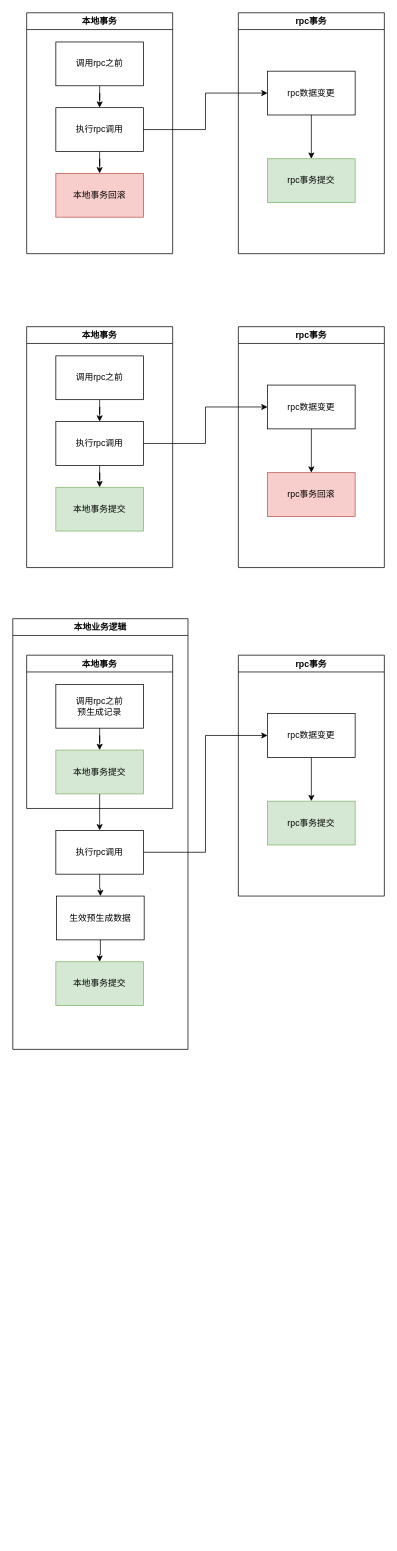
Above: 行为数据和事务数据.drawio in catface996/images (draw.io), before the change. Source tidied: cells renumbered, new cells numbered last; positions are measured from the earlier drawing's top-left corner, leaving out a move shared by most shapes. Both pictures are drawn from the tidied source at 73%, with x=0, y=0 at pixel (12, 12).
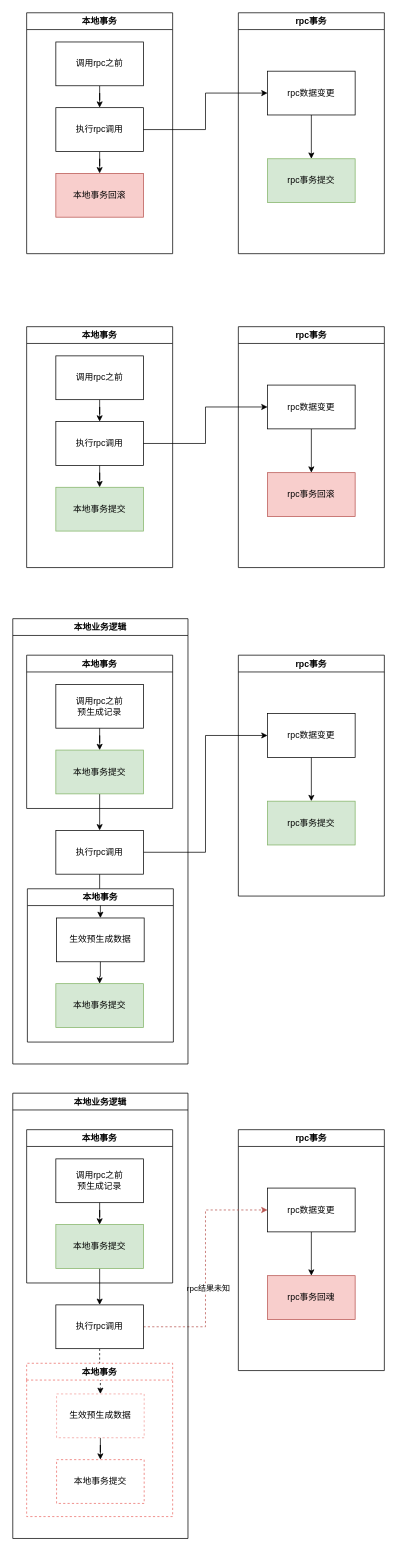
The same diagram, later.

Commit message (it also covers changes not shown here):
更新行为数据和事务数据.drawio

Change to the diagram source:
```diff
@@
     <mxCell id="36" value="本地业务逻辑" style="swimlane;" parent="1" vertex="1">
-      <mxGeometry y="830" width="240" height="590" as="geometry" />
+      <mxGeometry y="830" width="240" height="610" as="geometry" />
     </mxCell>
+    <mxCell id="40" value="本地事务" style="swimlane;" parent="36" vertex="1">
+      <mxGeometry x="20" y="370" width="200" height="210" as="geometry" />
+    </mxCell>
+    <mxCell id="39" value="生效预生成数据" style="rounded=0;whiteSpace=wrap;html=1;" parent="40" vertex="1">
+      <mxGeometry x="40" y="40" width="120" height="60" as="geometry" />
+    </mxCell>
-    <mxCell id="37" value="本地事务提交" style="rounded=0;whiteSpace=wrap;html=1;fillColor=#d5e8d4;strokeColor=#82b366;" parent="36" vertex="1">
-      <mxGeometry x="59" y="470" width="120" height="60" as="geometry" />
+    <mxCell id="37" value="本地事务提交" style="rounded=0;whiteSpace=wrap;html=1;fillColor=#d5e8d4;strokeColor=#82b366;" parent="40" vertex="1">
+      <mxGeometry x="39" y="130" width="120" height="60" as="geometry" />
     </mxCell>
-    <mxCell id="38" style="edgeStyle=orthogonalEdgeStyle;rounded=0;jettySize=auto;html=1;entryX=0.5;entryY=0;entryDx=0;entryDy=0;" parent="36" edge="1" source="39" target="37">
+    <mxCell id="38" style="edgeStyle=orthogonalEdgeStyle;rounded=0;jettySize=auto;html=1;entryX=0.5;entryY=0;entryDx=0;entryDy=0;" parent="40" edge="1" source="39" target="37">
       <mxGeometry relative="1" as="geometry" />
     </mxCell>
-    <mxCell id="39" value="生效预生成数据" style="rounded=0;whiteSpace=wrap;html=1;" parent="36" vertex="1">
-      <mxGeometry x="60" y="380" width="120" height="60" as="geometry" />
-    </mxCell>
+    <mxCell id="41" value="本地事务" style="swimlane;" parent="1" vertex="1">
+      <mxGeometry x="19" y="1530" width="200" height="210" as="geometry" />
+    </mxCell>
+    <mxCell id="42" value="调用rpc之前&lt;br&gt;预生成记录" style="rounded=0;whiteSpace=wrap;html=1;" parent="41" vertex="1">
+      <mxGeometry x="40" y="40" width="120" height="60" as="geometry" />
+    </mxCell>
+    <mxCell id="43" value="rpc事务" style="swimlane;" parent="1" vertex="1">
+      <mxGeometry x="309" y="1530" width="200" height="330" as="geometry" />
+    </mxCell>
+    <mxCell id="44" style="edgeStyle=orthogonalEdgeStyle;rounded=0;jettySize=auto;html=1;entryX=0.5;entryY=0;entryDx=0;entryDy=0;" parent="43" edge="1" source="45" target="46">
+      <mxGeometry relative="1" as="geometry" />
+    </mxCell>
+    <mxCell id="45" value="rpc数据变更" style="rounded=0;whiteSpace=wrap;html=1;" parent="43" vertex="1">
+      <mxGeometry x="40" y="80" width="120" height="60" as="geometry" />
+    </mxCell>
+    <mxCell id="46" value="rpc事务回魂" style="rounded=0;whiteSpace=wrap;html=1;fillColor=#f8cecc;strokeColor=#b85450;" parent="43" vertex="1">
+      <mxGeometry x="40" y="200" width="120" height="60" as="geometry" />
+    </mxCell>
+    <mxCell id="47" style="edgeStyle=orthogonalEdgeStyle;rounded=0;jettySize=auto;html=1;entryX=0;entryY=0.5;entryDx=0;entryDy=0;dashed=1;fillColor=#f8cecc;strokeColor=#b85450;" parent="1" edge="1" source="50" target="45">
+      <mxGeometry relative="1" as="geometry" />
+    </mxCell>
+    <mxCell id="48" value="rpc结果未知" style="edgeLabel;html=1;align=center;verticalAlign=middle;" parent="47" vertex="1">
+      <mxGeometry x="-0.16" y="-3" relative="1" as="geometry" />
+    </mxCell>
+    <mxCell id="49" style="edgeStyle=orthogonalEdgeStyle;rounded=0;jettySize=auto;html=1;entryX=0.5;entryY=0;entryDx=0;entryDy=0;dashed=1;" parent="1" edge="1" source="50" target="57">
+      <mxGeometry relative="1" as="geometry" />
+    </mxCell>
+    <mxCell id="50" value="执行rpc调用" style="rounded=0;whiteSpace=wrap;html=1;" parent="1" vertex="1">
+      <mxGeometry x="59" y="1770" width="120" height="60" as="geometry" />
+    </mxCell>
+    <mxCell id="51" style="edgeStyle=orthogonalEdgeStyle;rounded=0;jettySize=auto;html=1;entryX=0.5;entryY=0;entryDx=0;entryDy=0;" parent="1" edge="1" source="52" target="50">
+      <mxGeometry relative="1" as="geometry" />
+    </mxCell>
+    <mxCell id="52" value="本地事务提交" style="rounded=0;whiteSpace=wrap;html=1;fillColor=#d5e8d4;strokeColor=#82b366;" parent="1" vertex="1">
+      <mxGeometry x="59" y="1660" width="120" height="60" as="geometry" />
+    </mxCell>
+    <mxCell id="53" style="edgeStyle=orthogonalEdgeStyle;rounded=0;jettySize=auto;html=1;entryX=0.5;entryY=0;entryDx=0;entryDy=0;" parent="1" edge="1" source="42" target="52">
+      <mxGeometry relative="1" as="geometry" />
+    </mxCell>
+    <mxCell id="54" value="本地业务逻辑" style="swimlane;" parent="1" vertex="1">
+      <mxGeometry y="1480" width="240" height="610" as="geometry" />
+    </mxCell>
+    <mxCell id="55" value="本地事务提交" style="rounded=0;whiteSpace=wrap;html=1;dashed=1;strokeColor=#EA6B66;" parent="54" vertex="1">
+      <mxGeometry x="60" y="502" width="120" height="60" as="geometry" />
+    </mxCell>
+    <mxCell id="56" style="edgeStyle=orthogonalEdgeStyle;rounded=0;jettySize=auto;html=1;entryX=0.5;entryY=0;entryDx=0;entryDy=0;" parent="54" edge="1" source="57" target="55">
+      <mxGeometry relative="1" as="geometry" />
+    </mxCell>
+    <mxCell id="57" value="生效预生成数据" style="rounded=0;whiteSpace=wrap;html=1;dashed=1;strokeColor=#F19C99;" parent="54" vertex="1">
+      <mxGeometry x="60" y="412" width="120" height="60" as="geometry" />
+    </mxCell>
+    <mxCell id="58" value="本地事务" style="swimlane;strokeColor=#EA6B66;dashed=1;" parent="54" vertex="1">
+      <mxGeometry x="19" y="370" width="200" height="210" as="geometry" />
+    </mxCell>
```
